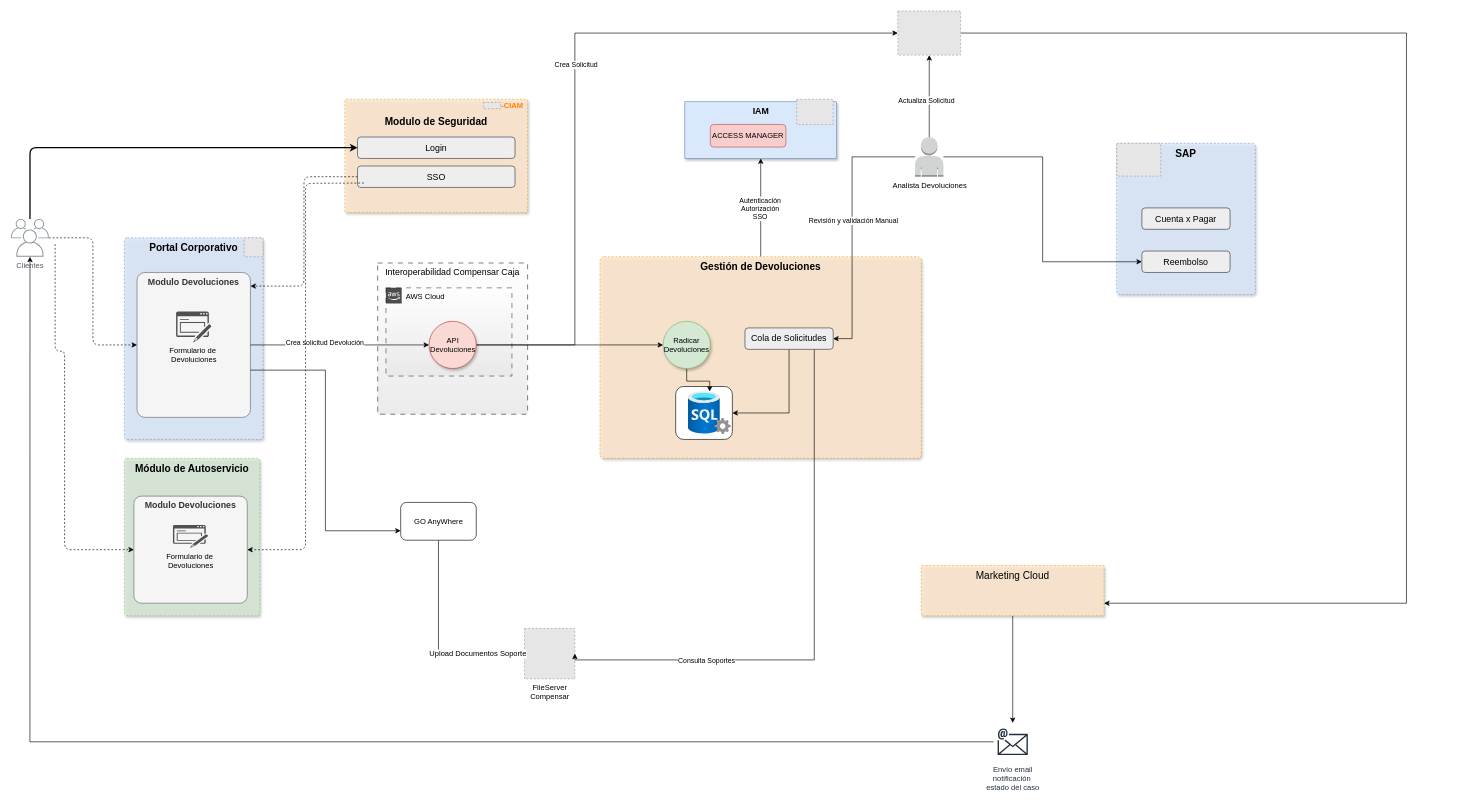
Before: page "Page-2" (2 of 4) of Devoluciones.drawio in carlosvalderrama1204/diagrams, a draw.io diagram. Source tidied: cells renumbered, new cells numbered last; positions are measured from the earlier drawing's top-left corner, leaving out a move shared by most shapes. Both pictures are drawn from the tidied source at 63%, with x=0, y=0 at pixel (11, 11). Pictures stored in the file or linked from it are replaced by grey dashed boxes.
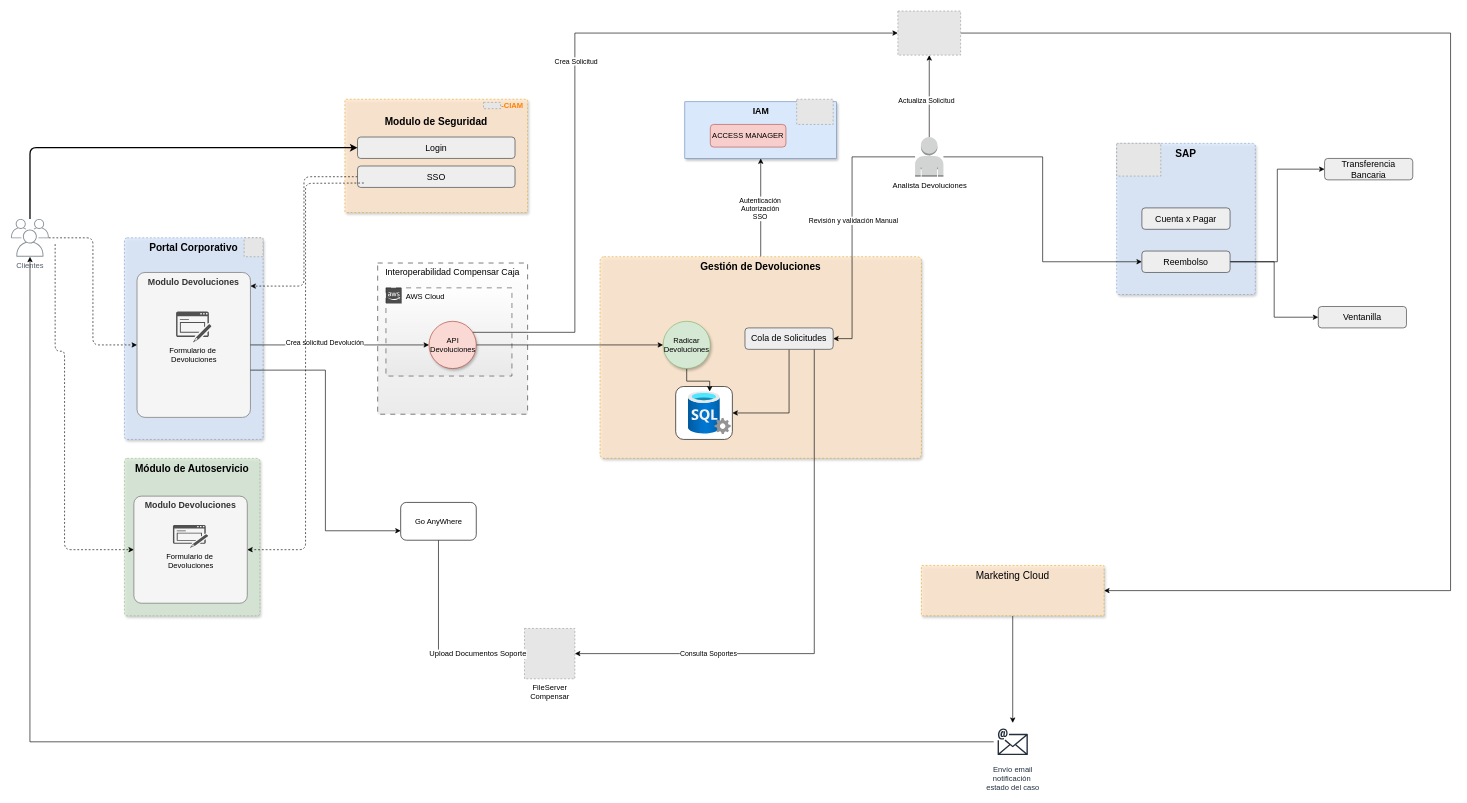
After the change.

The change refers to these unchanged cells:
```xml
<mxCell id="21" value="FileServer&lt;br&gt;Compensar" style="fillColor=#E6E6E6;strokeColor=#999999;dashed=1;html=1;verticalAlign=top;verticalLabelPosition=bottom;labelBackgroundColor=#ffffff;" parent="1" vertex="1">
  <mxGeometry x="815" y="980" width="80" height="80" as="geometry" />
</mxCell>
<mxCell id="41" value="API Devoluciones" style="ellipse;whiteSpace=wrap;html=1;fillColor=#fad9d5;strokeColor=#ae4132;shadow=1;" parent="1" vertex="1">
  <mxGeometry x="663.5" y="492.5" width="75" height="75" as="geometry" />
</mxCell>
<mxCell id="46" value="Cola de Solicitudes" style="rounded=1;whiteSpace=wrap;html=1;strokeColor=#36393d;fillColor=#eeeeee;fontSize=14;" parent="1" vertex="1">
  <mxGeometry x="1165" y="503" width="140" height="34" as="geometry" />
</mxCell>
<mxCell id="48" value="Reembolso" style="rounded=1;whiteSpace=wrap;html=1;strokeColor=#36393d;fillColor=#eeeeee;fontSize=14;" parent="1" vertex="1">
  <mxGeometry x="1795" y="381" width="140" height="34" as="geometry" />
</mxCell>
<mxCell id="53" value="Marketing Cloud" style="rounded=1;whiteSpace=wrap;html=1;dashed=1;fillColor=#ffe6cc;align=center;verticalAlign=top;strokeColor=#d79b00;opacity=80;arcSize=1;fontSize=16;shadow=1;" parent="1" vertex="1">
  <mxGeometry x="1445" y="880" width="290" height="80" as="geometry" />
</mxCell>
<mxCell id="58" style="fillColor=#E6E6E6;strokeColor=#999999;dashed=1;verticalLabelPosition=bottom;verticalAlign=top;" parent="1" vertex="1">
  <mxGeometry x="1407.7" width="99.6" height="70" as="geometry" />
</mxCell>
```

Diff of the diagram source:
```diff
@@
     <mxCell id="39" style="edgeStyle=orthogonalEdgeStyle;rounded=0;jettySize=auto;html=1;" parent="1" edge="1" source="41" target="58">
       <mxGeometry relative="1" as="geometry">
         <Array as="points">
-          <mxPoint x="895" y="530" />
+          <mxPoint x="895" y="510" />
           <mxPoint x="895" y="35" />
         </Array>
       </mxGeometry>
     </mxCell>
@@
     <mxCell id="44" style="edgeStyle=orthogonalEdgeStyle;rounded=0;jettySize=auto;html=1;entryX=1;entryY=0.5;entryDx=0;entryDy=0;" parent="1" edge="1" source="46" target="21">
       <mxGeometry relative="1" as="geometry">
         <Array as="points">
-          <mxPoint x="1275" y="1030" />
+          <mxPoint x="1275" y="1020" />
         </Array>
       </mxGeometry>
     </mxCell>
@@
-    <mxCell id="47" value="GO AnyWhere" style="rounded=1;whiteSpace=wrap;html=1;" parent="1" vertex="1">
+    <mxCell id="47" value="Go AnyWhere" style="rounded=1;whiteSpace=wrap;html=1;" parent="1" vertex="1">
       <mxGeometry x="618.5" y="780" width="120" height="60" as="geometry" />
     </mxCell>
+    <mxCell id="66" style="edgeStyle=orthogonalEdgeStyle;rounded=0;jettySize=auto;html=1;entryX=0;entryY=0.5;entryDx=0;entryDy=0;" parent="1" edge="1" source="48" target="68">
+      <mxGeometry relative="1" as="geometry" />
+    </mxCell>
+    <mxCell id="67" style="edgeStyle=orthogonalEdgeStyle;rounded=0;jettySize=auto;html=1;entryX=0;entryY=0.5;entryDx=0;entryDy=0;" parent="1" edge="1" source="48" target="69">
+      <mxGeometry relative="1" as="geometry" />
+    </mxCell>
@@
-    <mxCell id="57" style="edgeStyle=orthogonalEdgeStyle;rounded=0;jettySize=auto;html=1;entryX=1;entryY=0.75;entryDx=0;entryDy=0;" parent="1" edge="1" source="58" target="53">
+    <mxCell id="57" style="edgeStyle=orthogonalEdgeStyle;rounded=0;jettySize=auto;html=1;entryX=1;entryY=0.5;entryDx=0;entryDy=0;" parent="1" edge="1" source="58" target="53">
       <mxGeometry relative="1" as="geometry">
         <Array as="points">
-          <mxPoint x="2215" y="35" />
-          <mxPoint x="2215" y="940" />
+          <mxPoint x="2285" y="35" />
+          <mxPoint x="2285" y="920" />
         </Array>
       </mxGeometry>
     </mxCell>
@@
+    <mxCell id="68" value="Transferencia Bancaria" style="rounded=1;whiteSpace=wrap;html=1;strokeColor=#36393d;fillColor=#eeeeee;fontSize=14;" parent="1" vertex="1">
+      <mxGeometry x="2085" y="234" width="140" height="34" as="geometry" />
+    </mxCell>
+    <mxCell id="69" value="Ventanilla" style="rounded=1;whiteSpace=wrap;html=1;strokeColor=#36393d;fillColor=#eeeeee;fontSize=14;" parent="1" vertex="1">
+      <mxGeometry x="2075" y="469" width="140" height="34" as="geometry" />
+    </mxCell>
```
